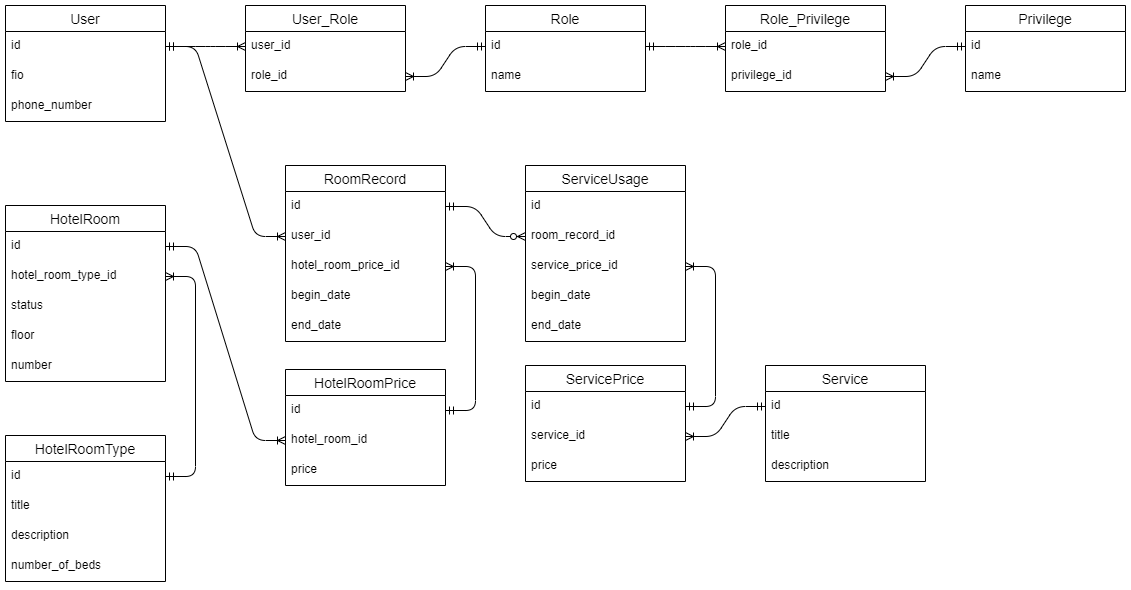
This is task1/bd.png from DimanStrelok/Senla_Project, a draw.io export, as it was before one commit. Source tidied: cells renumbered, new cells last; positions are measured from the earlier drawing's top-left corner, leaving out a move shared by most shapes.
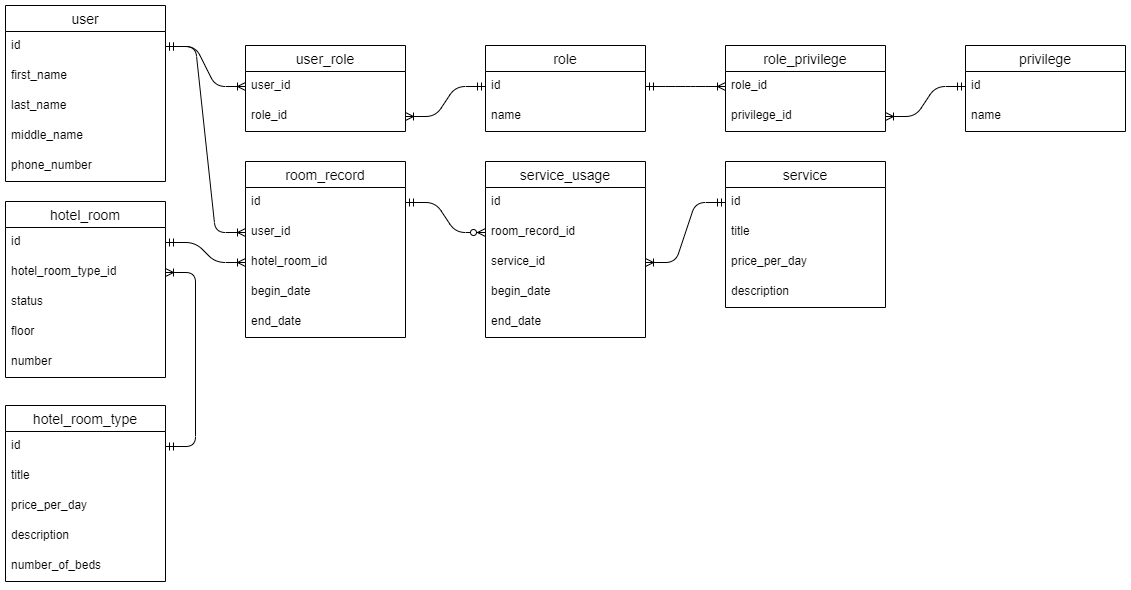
After the commit.

Commit message:
remove additional price table

The edit, as a diff of the source:
```diff
@@ -2,8 +2,8 @@
   <root>
     <mxCell id="0" />
     <mxCell id="1" parent="0" />
-    <mxCell id="2" value="HotelRoom" style="swimlane;fontStyle=0;horizontal=1;startSize=26;align=center;fontSize=14;" parent="1" vertex="1">
-      <mxGeometry y="200" width="160" height="176" as="geometry" />
+    <mxCell id="2" value="hotel_room" style="swimlane;fontStyle=0;horizontal=1;startSize=26;align=center;fontSize=14;" parent="1" vertex="1">
+      <mxGeometry y="156" width="160" height="176" as="geometry" />
     </mxCell>
     <mxCell id="3" value="id" style="text;strokeColor=none;fillColor=none;spacingLeft=4;spacingRight=4;overflow=hidden;points=[[0,0.5],[1,0.5]];portConstraint=eastwest;fontSize=12;" parent="2" vertex="1">
       <mxGeometry y="26" width="160" height="30" as="geometry" />
@@ -20,20 +20,26 @@
     <mxCell id="7" value="number" style="text;strokeColor=none;fillColor=none;spacingLeft=4;spacingRight=4;overflow=hidden;fontSize=12;" parent="2" vertex="1">
       <mxGeometry y="146" width="160" height="30" as="geometry" />
     </mxCell>
-    <mxCell id="8" value="User" style="swimlane;fontStyle=0;horizontal=1;startSize=26;align=center;fontSize=14;" parent="1" vertex="1">
-      <mxGeometry width="160" height="116" as="geometry" />
+    <mxCell id="8" value="user" style="swimlane;fontStyle=0;horizontal=1;startSize=26;align=center;fontSize=14;" parent="1" vertex="1">
+      <mxGeometry y="-40" width="160" height="176" as="geometry" />
     </mxCell>
     <mxCell id="9" value="id" style="text;strokeColor=none;fillColor=none;spacingLeft=4;spacingRight=4;overflow=hidden;points=[[0,0.5],[1,0.5]];portConstraint=eastwest;fontSize=12;" parent="8" vertex="1">
       <mxGeometry y="26" width="160" height="30" as="geometry" />
     </mxCell>
-    <mxCell id="10" value="fio" style="text;strokeColor=none;fillColor=none;spacingLeft=4;spacingRight=4;overflow=hidden;fontSize=12;" parent="8" vertex="1">
+    <mxCell id="10" value="first_name" style="text;strokeColor=none;fillColor=none;spacingLeft=4;spacingRight=4;overflow=hidden;fontSize=12;" parent="8" vertex="1">
       <mxGeometry y="56" width="160" height="30" as="geometry" />
     </mxCell>
+    <mxCell id="64" value="last_name" style="text;strokeColor=none;fillColor=none;spacingLeft=4;spacingRight=4;overflow=hidden;fontSize=12;" parent="8" vertex="1">
+      <mxGeometry y="86" width="160" height="30" as="geometry" />
+    </mxCell>
+    <mxCell id="65" value="middle_name" style="text;strokeColor=none;fillColor=none;spacingLeft=4;spacingRight=4;overflow=hidden;fontSize=12;" parent="8" vertex="1">
+      <mxGeometry y="116" width="160" height="30" as="geometry" />
+    </mxCell>
     <mxCell id="11" value="phone_number" style="text;strokeColor=none;fillColor=none;spacingLeft=4;spacingRight=4;overflow=hidden;fontSize=12;" parent="8" vertex="1">
-      <mxGeometry y="86" width="160" height="30" as="geometry" />
+      <mxGeometry y="146" width="160" height="30" as="geometry" />
     </mxCell>
-    <mxCell id="12" value="Service" style="swimlane;fontStyle=0;horizontal=1;startSize=26;align=center;fontSize=14;" parent="1" vertex="1">
-      <mxGeometry x="760" y="360" width="160" height="116" as="geometry" />
+    <mxCell id="12" value="service" style="swimlane;fontStyle=0;horizontal=1;startSize=26;align=center;fontSize=14;" parent="1" vertex="1">
+      <mxGeometry x="720" y="116" width="160" height="146" as="geometry" />
     </mxCell>
     <mxCell id="13" value="id" style="text;strokeColor=none;fillColor=none;spacingLeft=4;spacingRight=4;overflow=hidden;points=[[0,0.5],[1,0.5]];portConstraint=eastwest;fontSize=12;" parent="12" vertex="1">
       <mxGeometry y="26" width="160" height="30" as="geometry" />
@@ -41,11 +47,14 @@
     <mxCell id="14" value="title" style="text;strokeColor=none;fillColor=none;spacingLeft=4;spacingRight=4;overflow=hidden;fontSize=12;" parent="12" vertex="1">
       <mxGeometry y="56" width="160" height="30" as="geometry" />
     </mxCell>
+    <mxCell id="66" value="price_per_day" style="text;strokeColor=none;fillColor=none;spacingLeft=4;spacingRight=4;overflow=hidden;fontSize=12;" parent="12" vertex="1">
+      <mxGeometry y="86" width="160" height="30" as="geometry" />
+    </mxCell>
     <mxCell id="15" value="description" style="text;strokeColor=none;fillColor=none;spacingLeft=4;spacingRight=4;overflow=hidden;fontSize=12;" parent="12" vertex="1">
-      <mxGeometry y="86" width="160" height="30" as="geometry" />
+      <mxGeometry y="116" width="160" height="30" as="geometry" />
     </mxCell>
-    <mxCell id="16" value="HotelRoomType" style="swimlane;fontStyle=0;horizontal=1;startSize=26;align=center;fontSize=14;" parent="1" vertex="1">
-      <mxGeometry y="430" width="160" height="146" as="geometry" />
+    <mxCell id="16" value="hotel_room_type" style="swimlane;fontStyle=0;horizontal=1;startSize=26;align=center;fontSize=14;" parent="1" vertex="1">
+      <mxGeometry y="360" width="160" height="176" as="geometry" />
     </mxCell>
     <mxCell id="17" value="id" style="text;strokeColor=none;fillColor=none;spacingLeft=4;spacingRight=4;overflow=hidden;points=[[0,0.5],[1,0.5]];portConstraint=eastwest;fontSize=12;" parent="16" vertex="1">
       <mxGeometry y="26" width="160" height="30" as="geometry" />
@@ -53,13 +62,16 @@
     <mxCell id="18" value="title" style="text;strokeColor=none;fillColor=none;spacingLeft=4;spacingRight=4;overflow=hidden;fontSize=12;" parent="16" vertex="1">
       <mxGeometry y="56" width="160" height="30" as="geometry" />
     </mxCell>
+    <mxCell id="67" value="price_per_day" style="text;strokeColor=none;fillColor=none;spacingLeft=4;spacingRight=4;overflow=hidden;fontSize=12;" parent="16" vertex="1">
+      <mxGeometry y="86" width="160" height="30" as="geometry" />
+    </mxCell>
     <mxCell id="19" value="description" style="text;strokeColor=none;fillColor=none;spacingLeft=4;spacingRight=4;overflow=hidden;fontSize=12;" parent="16" vertex="1">
-      <mxGeometry y="86" width="160" height="30" as="geometry" />
+      <mxGeometry y="116" width="160" height="30" as="geometry" />
     </mxCell>
     <mxCell id="20" value="number_of_beds" style="text;strokeColor=none;fillColor=none;spacingLeft=4;spacingRight=4;overflow=hidden;fontSize=12;" parent="16" vertex="1">
-      <mxGeometry y="116" width="160" height="30" as="geometry" />
+      <mxGeometry y="146" width="160" height="30" as="geometry" />
     </mxCell>
-    <mxCell id="21" value="Role" style="swimlane;fontStyle=0;horizontal=1;startSize=26;align=center;fontSize=14;" parent="1" vertex="1">
+    <mxCell id="21" value="role" style="swimlane;fontStyle=0;horizontal=1;startSize=26;align=center;fontSize=14;" parent="1" vertex="1">
       <mxGeometry x="480" width="160" height="86" as="geometry" />
     </mxCell>
     <mxCell id="22" value="id" style="text;strokeColor=none;fillColor=none;spacingLeft=4;spacingRight=4;overflow=hidden;points=[[0,0.5],[1,0.5]];portConstraint=eastwest;fontSize=12;" parent="21" vertex="1">
@@ -68,7 +80,7 @@
     <mxCell id="23" value="name" style="text;strokeColor=none;fillColor=none;spacingLeft=4;spacingRight=4;overflow=hidden;fontSize=12;" parent="21" vertex="1">
       <mxGeometry y="56" width="160" height="30" as="geometry" />
     </mxCell>
-    <mxCell id="24" value="Privilege" style="swimlane;fontStyle=0;horizontal=1;startSize=26;align=center;fontSize=14;" parent="1" vertex="1">
+    <mxCell id="24" value="privilege" style="swimlane;fontStyle=0;horizontal=1;startSize=26;align=center;fontSize=14;" parent="1" vertex="1">
       <mxGeometry x="960" width="160" height="86" as="geometry" />
     </mxCell>
     <mxCell id="25" value="id" style="text;strokeColor=none;fillColor=none;spacingLeft=4;spacingRight=4;overflow=hidden;points=[[0,0.5],[1,0.5]];portConstraint=eastwest;fontSize=12;" parent="24" vertex="1">
@@ -77,7 +89,7 @@
     <mxCell id="26" value="name" style="text;strokeColor=none;fillColor=none;spacingLeft=4;spacingRight=4;overflow=hidden;fontSize=12;" parent="24" vertex="1">
       <mxGeometry y="56" width="160" height="30" as="geometry" />
     </mxCell>
-    <mxCell id="27" value="Role_Privilege" style="swimlane;fontStyle=0;horizontal=1;startSize=26;align=center;fontSize=14;" parent="1" vertex="1">
+    <mxCell id="27" value="role_privilege" style="swimlane;fontStyle=0;horizontal=1;startSize=26;align=center;fontSize=14;" parent="1" vertex="1">
       <mxGeometry x="720" width="160" height="86" as="geometry" />
     </mxCell>
     <mxCell id="28" value="role_id" style="text;strokeColor=none;fillColor=none;spacingLeft=4;spacingRight=4;overflow=hidden;points=[[0,0.5],[1,0.5]];portConstraint=eastwest;fontSize=12;" parent="27" vertex="1">
@@ -86,7 +98,7 @@
     <mxCell id="29" value="privilege_id" style="text;strokeColor=none;fillColor=none;spacingLeft=4;spacingRight=4;overflow=hidden;points=[[0,0.5],[1,0.5]];portConstraint=eastwest;fontSize=12;" parent="27" vertex="1">
       <mxGeometry y="56" width="160" height="30" as="geometry" />
     </mxCell>
-    <mxCell id="30" value="User_Role" style="swimlane;fontStyle=0;horizontal=1;startSize=26;align=center;fontSize=14;" parent="1" vertex="1">
+    <mxCell id="30" value="user_role" style="swimlane;fontStyle=0;horizontal=1;startSize=26;align=center;fontSize=14;" parent="1" vertex="1">
       <mxGeometry x="240" width="160" height="86" as="geometry" />
     </mxCell>
     <mxCell id="31" value="user_id" style="text;strokeColor=none;fillColor=none;spacingLeft=4;spacingRight=4;overflow=hidden;points=[[0,0.5],[1,0.5]];portConstraint=eastwest;fontSize=12;" parent="30" vertex="1">
@@ -95,8 +107,8 @@
     <mxCell id="32" value="role_id" style="text;strokeColor=none;fillColor=none;spacingLeft=4;spacingRight=4;overflow=hidden;points=[[0,0.5],[1,0.5]];portConstraint=eastwest;fontSize=12;" parent="30" vertex="1">
       <mxGeometry y="56" width="160" height="30" as="geometry" />
     </mxCell>
-    <mxCell id="33" value="RoomRecord" style="swimlane;fontStyle=0;horizontal=1;startSize=26;align=center;fontSize=14;" parent="1" vertex="1">
-      <mxGeometry x="280" y="160" width="160" height="176" as="geometry" />
+    <mxCell id="33" value="room_record" style="swimlane;fontStyle=0;horizontal=1;startSize=26;align=center;fontSize=14;" parent="1" vertex="1">
+      <mxGeometry x="240" y="116" width="160" height="176" as="geometry" />
     </mxCell>
     <mxCell id="34" value="id" style="text;strokeColor=none;fillColor=none;spacingLeft=4;spacingRight=4;overflow=hidden;points=[[0,0.5],[1,0.5]];portConstraint=eastwest;fontSize=12;" parent="33" vertex="1">
       <mxGeometry y="26" width="160" height="30" as="geometry" />
@@ -104,7 +116,7 @@
     <mxCell id="35" value="user_id" style="text;strokeColor=none;fillColor=none;spacingLeft=4;spacingRight=4;overflow=hidden;points=[[0,0.5],[1,0.5]];portConstraint=eastwest;fontSize=12;" parent="33" vertex="1">
       <mxGeometry y="56" width="160" height="30" as="geometry" />
     </mxCell>
-    <mxCell id="36" value="hotel_room_price_id" style="text;strokeColor=none;fillColor=none;spacingLeft=4;spacingRight=4;overflow=hidden;points=[[0,0.5],[1,0.5]];portConstraint=eastwest;fontSize=12;" parent="33" vertex="1">
+    <mxCell id="36" value="hotel_room_id" style="text;strokeColor=none;fillColor=none;spacingLeft=4;spacingRight=4;overflow=hidden;points=[[0,0.5],[1,0.5]];portConstraint=eastwest;fontSize=12;" parent="33" vertex="1">
       <mxGeometry y="86" width="160" height="30" as="geometry" />
     </mxCell>
     <mxCell id="37" value="begin_date" style="text;strokeColor=none;fillColor=none;spacingLeft=4;spacingRight=4;overflow=hidden;fontSize=12;" parent="33" vertex="1">
@@ -113,8 +125,8 @@
     <mxCell id="38" value="end_date" style="text;strokeColor=none;fillColor=none;spacingLeft=4;spacingRight=4;overflow=hidden;fontSize=12;" parent="33" vertex="1">
       <mxGeometry y="146" width="160" height="30" as="geometry" />
     </mxCell>
-    <mxCell id="39" value="ServiceUsage" style="swimlane;fontStyle=0;horizontal=1;startSize=26;align=center;fontSize=14;" parent="1" vertex="1">
-      <mxGeometry x="520" y="160" width="160" height="176" as="geometry" />
+    <mxCell id="39" value="service_usage" style="swimlane;fontStyle=0;horizontal=1;startSize=26;align=center;fontSize=14;" parent="1" vertex="1">
+      <mxGeometry x="480" y="116" width="160" height="176" as="geometry" />
     </mxCell>
     <mxCell id="40" value="id" style="text;strokeColor=none;fillColor=none;spacingLeft=4;spacingRight=4;overflow=hidden;fontSize=12;" parent="39" vertex="1">
       <mxGeometry y="26" width="160" height="30" as="geometry" />
@@ -122,7 +134,7 @@
     <mxCell id="41" value="room_record_id" style="text;strokeColor=none;fillColor=none;spacingLeft=4;spacingRight=4;overflow=hidden;points=[[0,0.5],[1,0.5]];portConstraint=eastwest;fontSize=12;" parent="39" vertex="1">
       <mxGeometry y="56" width="160" height="30" as="geometry" />
     </mxCell>
-    <mxCell id="42" value="service_price_id" style="text;strokeColor=none;fillColor=none;spacingLeft=4;spacingRight=4;overflow=hidden;points=[[0,0.5],[1,0.5]];portConstraint=eastwest;fontSize=12;" parent="39" vertex="1">
+    <mxCell id="42" value="service_id" style="text;strokeColor=none;fillColor=none;spacingLeft=4;spacingRight=4;overflow=hidden;points=[[0,0.5],[1,0.5]];portConstraint=eastwest;fontSize=12;" parent="39" vertex="1">
       <mxGeometry y="86" width="160" height="30" as="geometry" />
     </mxCell>
     <mxCell id="43" value="begin_date" style="text;strokeColor=none;fillColor=none;spacingLeft=4;spacingRight=4;overflow=hidden;fontSize=12;" parent="39" vertex="1">
@@ -131,48 +143,12 @@
     <mxCell id="44" value="end_date" style="text;strokeColor=none;fillColor=none;spacingLeft=4;spacingRight=4;overflow=hidden;fontSize=12;" parent="39" vertex="1">
       <mxGeometry y="146" width="160" height="30" as="geometry" />
     </mxCell>
-    <mxCell id="45" value="HotelRoomPrice" style="swimlane;fontStyle=0;horizontal=1;startSize=26;align=center;fontSize=14;" parent="1" vertex="1">
-      <mxGeometry x="280" y="364" width="160" height="116" as="geometry" />
-    </mxCell>
-    <mxCell id="46" value="id" style="text;strokeColor=none;fillColor=none;spacingLeft=4;spacingRight=4;overflow=hidden;points=[[0,0.5],[1,0.5]];portConstraint=eastwest;fontSize=12;" parent="45" vertex="1">
-      <mxGeometry y="26" width="160" height="30" as="geometry" />
-    </mxCell>
-    <mxCell id="47" value="hotel_room_id" style="text;strokeColor=none;fillColor=none;spacingLeft=4;spacingRight=4;overflow=hidden;points=[[0,0.5],[1,0.5]];portConstraint=eastwest;fontSize=12;" parent="45" vertex="1">
-      <mxGeometry y="56" width="160" height="30" as="geometry" />
-    </mxCell>
-    <mxCell id="48" value="price" style="text;strokeColor=none;fillColor=none;spacingLeft=4;spacingRight=4;overflow=hidden;fontSize=12;" parent="45" vertex="1">
-      <mxGeometry y="86" width="160" height="30" as="geometry" />
-    </mxCell>
-    <mxCell id="49" value="ServicePrice" style="swimlane;fontStyle=0;horizontal=1;startSize=26;align=center;fontSize=14;" parent="1" vertex="1">
-      <mxGeometry x="520" y="360" width="160" height="116" as="geometry" />
-    </mxCell>
-    <mxCell id="50" value="id" style="text;strokeColor=none;fillColor=none;spacingLeft=4;spacingRight=4;overflow=hidden;points=[[0,0.5],[1,0.5]];portConstraint=eastwest;fontSize=12;" parent="49" vertex="1">
-      <mxGeometry y="26" width="160" height="30" as="geometry" />
-    </mxCell>
-    <mxCell id="51" value="service_id" style="text;strokeColor=none;fillColor=none;spacingLeft=4;spacingRight=4;overflow=hidden;points=[[0,0.5],[1,0.5]];portConstraint=eastwest;fontSize=12;" parent="49" vertex="1">
-      <mxGeometry y="56" width="160" height="30" as="geometry" />
-    </mxCell>
-    <mxCell id="52" value="price" style="text;strokeColor=none;fillColor=none;spacingLeft=4;spacingRight=4;overflow=hidden;fontSize=12;" parent="49" vertex="1">
-      <mxGeometry y="86" width="160" height="30" as="geometry" />
-    </mxCell>
     <mxCell id="53" style="edgeStyle=entityRelationEdgeStyle;fontSize=12;html=1;endArrow=ERzeroToMany;startArrow=ERmandOne;" parent="1" edge="1" source="34" target="41">
       <mxGeometry relative="1" as="geometry" />
     </mxCell>
-    <mxCell id="54" style="edgeStyle=entityRelationEdgeStyle;fontSize=12;html=1;endArrow=ERoneToMany;startArrow=ERmandOne;" parent="1" edge="1" source="46" target="36">
-      <mxGeometry relative="1" as="geometry" />
-    </mxCell>
-    <mxCell id="55" style="edgeStyle=entityRelationEdgeStyle;fontSize=12;html=1;endArrow=ERoneToMany;startArrow=ERmandOne;" parent="1" edge="1" source="3" target="47">
-      <mxGeometry relative="1" as="geometry" />
-    </mxCell>
     <mxCell id="56" style="edgeStyle=entityRelationEdgeStyle;fontSize=12;html=1;endArrow=ERoneToMany;startArrow=ERmandOne;" parent="1" edge="1" source="17" target="4">
       <mxGeometry relative="1" as="geometry" />
     </mxCell>
-    <mxCell id="57" style="edgeStyle=entityRelationEdgeStyle;fontSize=12;html=1;endArrow=ERoneToMany;startArrow=ERmandOne;" parent="1" edge="1" source="50" target="42">
-      <mxGeometry relative="1" as="geometry" />
-    </mxCell>
-    <mxCell id="58" style="edgeStyle=entityRelationEdgeStyle;fontSize=12;html=1;endArrow=ERoneToMany;startArrow=ERmandOne;" parent="1" edge="1" source="13" target="51">
-      <mxGeometry relative="1" as="geometry" />
-    </mxCell>
     <mxCell id="59" style="edgeStyle=entityRelationEdgeStyle;fontSize=12;html=1;endArrow=ERoneToMany;startArrow=ERmandOne;" parent="1" edge="1" source="9" target="35">
       <mxGeometry relative="1" as="geometry" />
     </mxCell>
@@ -188,5 +164,11 @@
     <mxCell id="63" style="edgeStyle=entityRelationEdgeStyle;fontSize=12;html=1;endArrow=ERoneToMany;startArrow=ERmandOne;" parent="1" edge="1" source="25" target="29">
       <mxGeometry relative="1" as="geometry" />
     </mxCell>
+    <mxCell id="68" style="edgeStyle=entityRelationEdgeStyle;fontSize=12;html=1;endArrow=ERoneToMany;startArrow=ERmandOne;" parent="1" edge="1" source="3" target="36">
+      <mxGeometry relative="1" as="geometry" />
+    </mxCell>
+    <mxCell id="69" style="edgeStyle=entityRelationEdgeStyle;fontSize=12;html=1;endArrow=ERoneToMany;startArrow=ERmandOne;" parent="1" edge="1" source="13" target="42">
+      <mxGeometry relative="1" as="geometry" />
+    </mxCell>
   </root>
 </mxGraphModel>
```
